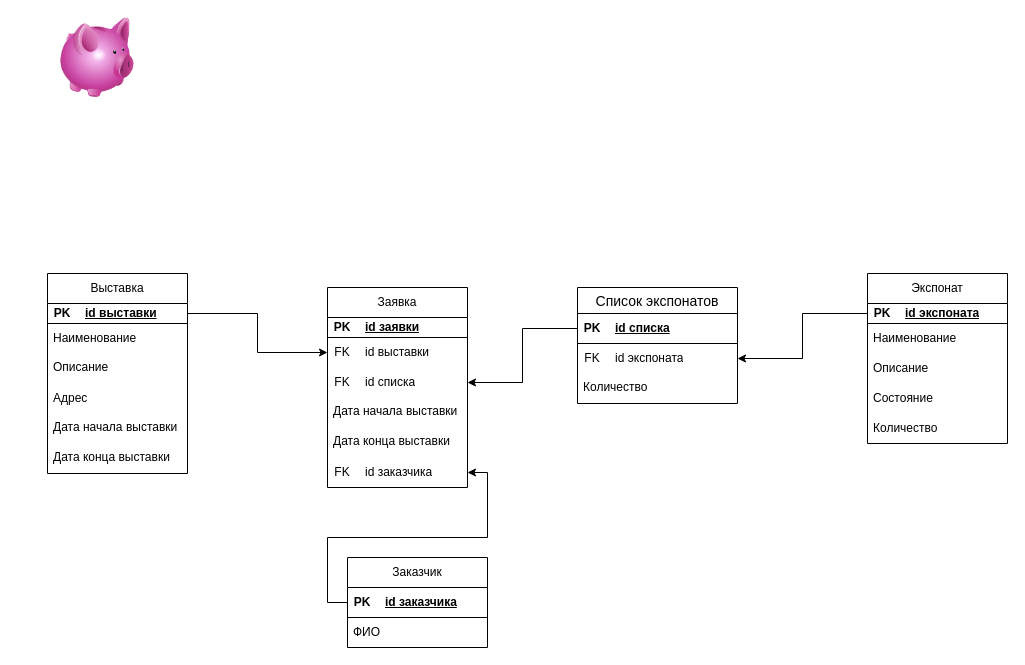
Above: Музей.drawio in Shalapai2009/Project (draw.io), before the change. Source tidied: cells renumbered, new cells numbered last; positions are measured from the earlier drawing's top-left corner, leaving out a move shared by most shapes. Both pictures are drawn from the tidied source at 100%, with x=0, y=0 at pixel (47, 17).
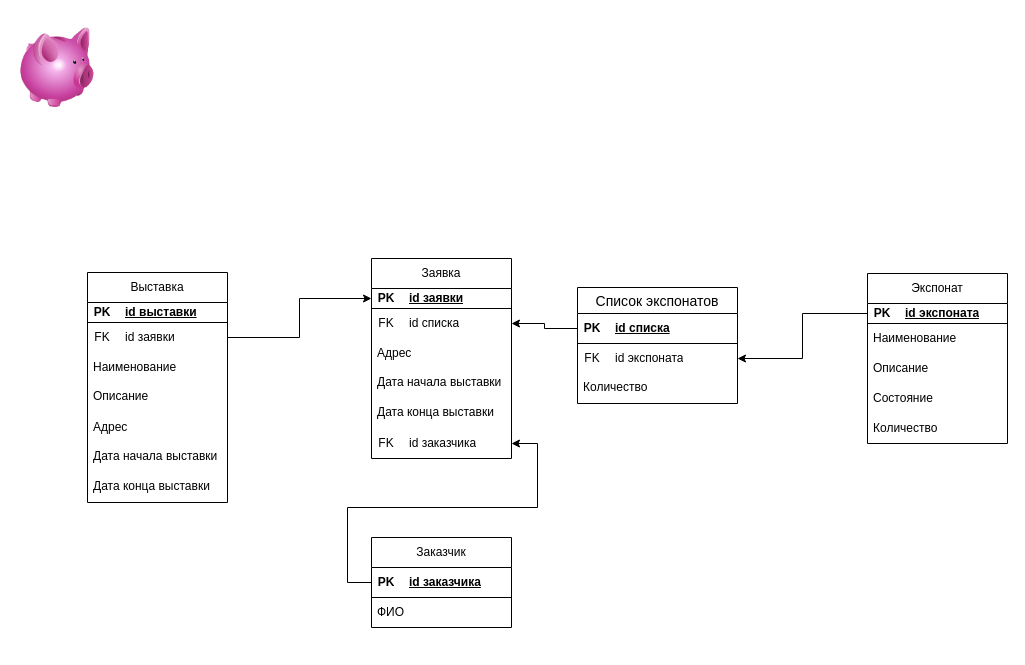
The same diagram, later.

The change refers to these unchanged cells:
```xml
<mxCell id="13" style="shape=tableRow;horizontal=0;startSize=0;swimlaneHead=0;swimlaneBody=0;fillColor=none;points=[[0,0.5],[1,0.5]];portConstraint=eastwest;top=0;left=0;right=0;bottom=1;" parent="12" vertex="1">
  <mxGeometry width="140" height="20" as="geometry" />
</mxCell>
<mxCell id="23" style="shape=tableRow;horizontal=0;startSize=0;swimlaneHead=0;swimlaneBody=0;fillColor=none;points=[[0,0.5],[1,0.5]];portConstraint=eastwest;top=0;left=0;right=0;bottom=1;" parent="22" vertex="1">
  <mxGeometry width="140" height="30" as="geometry" />
</mxCell>
<mxCell id="29" style="shape=tableRow;horizontal=0;startSize=0;swimlaneHead=0;swimlaneBody=0;fillColor=none;points=[[0,0.5],[1,0.5]];portConstraint=eastwest;top=0;left=0;right=0;bottom=1;" parent="28" vertex="1">
  <mxGeometry width="140" height="20" as="geometry" />
</mxCell>
<mxCell id="43" style="shape=tableRow;horizontal=0;startSize=0;swimlaneHead=0;swimlaneBody=0;fillColor=none;points=[[0,0.5],[1,0.5]];portConstraint=eastwest;top=0;left=0;right=0;bottom=0;" parent="42" vertex="1">
  <mxGeometry width="140" height="30" as="geometry" />
</mxCell>
```

Change to the diagram source:
```diff
@@
     <mxCell id="11" value="Выставка" style="swimlane;fontStyle=0;horizontal=1;startSize=30;whiteSpace=wrap;html=1;" parent="1" vertex="1">
-      <mxGeometry y="256" width="140" height="200" as="geometry" />
+      <mxGeometry x="40" y="255" width="140" height="230" as="geometry" />
     </mxCell>
@@
+    <mxCell id="32" style="shape=table;startSize=0;childLayout=tableLayout;rowLines=0;fontStyle=0;align=center;strokeColor=none;fillColor=none;" parent="11" vertex="1">
+      <mxGeometry y="50" width="140" height="30" as="geometry" />
+    </mxCell>
+    <mxCell id="33" style="shape=tableRow;horizontal=0;startSize=0;swimlaneHead=0;swimlaneBody=0;fillColor=none;points=[[0,0.5],[1,0.5]];portConstraint=eastwest;top=0;left=0;right=0;bottom=0;" parent="32" vertex="1">
+      <mxGeometry width="140" height="30" as="geometry" />
+    </mxCell>
+    <mxCell id="34" value="FK" style="shape=partialRectangle;fillColor=none;top=0;left=0;bottom=0;right=0;fontStyle=0;overflow=hidden;whiteSpace=wrap;html=1;" parent="33" vertex="1">
+      <mxGeometry width="30" height="30" as="geometry" />
+    </mxCell>
+    <mxCell id="35" value="id заявки" style="shape=partialRectangle;fillColor=none;top=0;left=0;bottom=0;right=0;align=left;spacingLeft=6;fontStyle=0;overflow=hidden;whiteSpace=wrap;html=1;" parent="33" vertex="1">
+      <mxGeometry x="30" width="110" height="30" as="geometry" />
+    </mxCell>
     <mxCell id="16" value="Наименование" style="text;strokeColor=none;fillColor=none;align=left;verticalAlign=middle;spacingLeft=4;spacingRight=4;overflow=hidden;whiteSpace=wrap;html=1;" parent="11" vertex="1">
-      <mxGeometry y="50" width="140" height="30" as="geometry" />
+      <mxGeometry y="80" width="140" height="30" as="geometry" />
     </mxCell>
     <mxCell id="17" value="Описание" style="text;strokeColor=none;fillColor=none;spacingLeft=4;spacingRight=4;overflow=hidden;fontSize=12;whiteSpace=wrap;html=1;" parent="11" vertex="1">
-      <mxGeometry y="80" width="140" height="30" as="geometry" />
+      <mxGeometry y="110" width="140" height="30" as="geometry" />
     </mxCell>
     <mxCell id="18" value="Адрес" style="text;strokeColor=none;fillColor=none;align=left;verticalAlign=middle;spacingLeft=4;spacingRight=4;overflow=hidden;whiteSpace=wrap;html=1;" parent="11" vertex="1">
-      <mxGeometry y="110" width="140" height="30" as="geometry" />
+      <mxGeometry y="140" width="140" height="30" as="geometry" />
     </mxCell>
     <mxCell id="19" value="Дата начала выставки" style="text;strokeColor=none;fillColor=none;spacingLeft=4;spacingRight=4;overflow=hidden;fontSize=12;whiteSpace=wrap;html=1;" parent="11" vertex="1">
-      <mxGeometry y="140" width="140" height="30" as="geometry" />
+      <mxGeometry y="170" width="140" height="30" as="geometry" />
     </mxCell>
     <mxCell id="20" value="Дата конца выставки" style="text;strokeColor=none;fillColor=none;spacingLeft=4;spacingRight=4;overflow=hidden;fontSize=12;whiteSpace=wrap;html=1;" parent="11" vertex="1">
-      <mxGeometry y="170" width="140" height="30" as="geometry" />
+      <mxGeometry y="200" width="140" height="30" as="geometry" />
     </mxCell>
     <mxCell id="21" value="Заказчик" style="swimlane;fontStyle=0;horizontal=1;startSize=30;whiteSpace=wrap;html=1;" parent="1" vertex="1">
-      <mxGeometry x="300" y="540" width="140" height="90" as="geometry" />
+      <mxGeometry x="324" y="520" width="140" height="90" as="geometry" />
     </mxCell>
@@
     <mxCell id="27" value="Заявка" style="swimlane;fontStyle=0;horizontal=1;startSize=30;whiteSpace=wrap;html=1;" parent="1" vertex="1">
-      <mxGeometry x="280" y="270" width="140" height="200" as="geometry" />
+      <mxGeometry x="324" y="241" width="140" height="200" as="geometry" />
     </mxCell>
@@
-    <mxCell id="32" style="shape=table;startSize=0;childLayout=tableLayout;rowLines=0;fontStyle=0;align=center;strokeColor=none;fillColor=none;" parent="27" vertex="1">
-      <mxGeometry y="50" width="140" height="30" as="geometry" />
-    </mxCell>
-    <mxCell id="33" style="shape=tableRow;horizontal=0;startSize=0;swimlaneHead=0;swimlaneBody=0;fillColor=none;points=[[0,0.5],[1,0.5]];portConstraint=eastwest;top=0;left=0;right=0;bottom=0;" parent="32" vertex="1">
-      <mxGeometry width="140" height="30" as="geometry" />
-    </mxCell>
-    <mxCell id="34" value="FK" style="shape=partialRectangle;fillColor=none;top=0;left=0;bottom=0;right=0;fontStyle=0;overflow=hidden;whiteSpace=wrap;html=1;" parent="33" vertex="1">
-      <mxGeometry width="30" height="30" as="geometry" />
-    </mxCell>
-    <mxCell id="35" value="id выставки" style="shape=partialRectangle;fillColor=none;top=0;left=0;bottom=0;right=0;align=left;spacingLeft=6;fontStyle=0;overflow=hidden;whiteSpace=wrap;html=1;" parent="33" vertex="1">
-      <mxGeometry x="30" width="110" height="30" as="geometry" />
-    </mxCell>
     <mxCell id="36" style="shape=table;startSize=0;childLayout=tableLayout;rowLines=0;fontStyle=0;align=center;strokeColor=none;fillColor=none;" parent="27" vertex="1">
-      <mxGeometry y="80" width="140" height="30" as="geometry" />
+      <mxGeometry y="50" width="140" height="30" as="geometry" />
     </mxCell>
@@
+    <mxCell id="61" value="Адрес" style="text;strokeColor=none;fillColor=none;align=left;verticalAlign=middle;spacingLeft=4;spacingRight=4;overflow=hidden;whiteSpace=wrap;html=1;" parent="27" vertex="1">
+      <mxGeometry y="80" width="140" height="30" as="geometry" />
+    </mxCell>
@@
     <mxCell id="57" style="image;html=1;image=img/lib/clip_art/finance/Piggy_Bank_128x128.png;" parent="1" vertex="1">
-      <mxGeometry x="10" width="80" height="80" as="geometry" />
+      <mxGeometry x="-30" y="10" width="80" height="80" as="geometry" />
     </mxCell>
@@
-    <mxCell id="59" style="edgeStyle=orthogonalEdgeStyle;rounded=0;jettySize=auto;html=1;entryX=0;entryY=0.5;entryDx=0;entryDy=0;" parent="1" edge="1" source="13" target="33">
-      <mxGeometry relative="1" as="geometry" />
-    </mxCell>
     <mxCell id="60" style="edgeStyle=orthogonalEdgeStyle;rounded=0;jettySize=auto;html=1;entryX=1;entryY=0.5;entryDx=0;entryDy=0;" parent="1" edge="1" source="23" target="43">
-      <mxGeometry relative="1" as="geometry" />
+      <mxGeometry relative="1" as="geometry">
+        <Array as="points">
+          <mxPoint x="300" y="565" />
+          <mxPoint x="300" y="490" />
+          <mxPoint x="490" y="490" />
+          <mxPoint x="490" y="426" />
+        </Array>
+      </mxGeometry>
     </mxCell>
+    <mxCell id="62" style="edgeStyle=orthogonalEdgeStyle;rounded=0;jettySize=auto;html=1;entryX=0;entryY=0.5;entryDx=0;entryDy=0;" parent="1" edge="1" source="33" target="29">
+      <mxGeometry relative="1" as="geometry" />
+    </mxCell>
```
